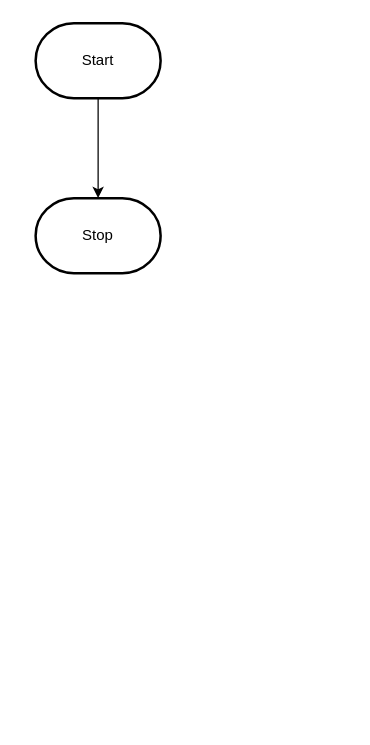
Above: design/flowchart.drawio in MTHS-ICD2O-1-2023/ICD2O-Unit-5-01-Adam-Batiuk (draw.io), before the change. Source tidied: cells renumbered, new cells numbered last; positions are measured from the earlier drawing's top-left corner, leaving out a move shared by most shapes. Both pictures are drawn from the tidied source at 125%, with x=0, y=0 at pixel (35, 22).
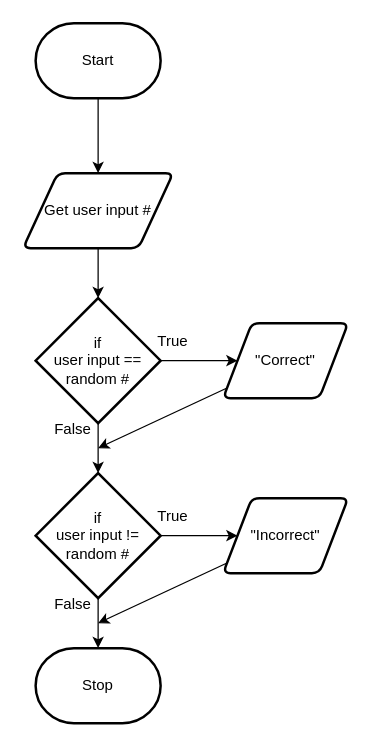
Above is the later version.

The change refers to these unchanged cells:
```xml
<mxCell id="3" value="Start" style="strokeWidth=2;html=1;shape=mxgraph.flowchart.terminator;whiteSpace=wrap;" parent="1" vertex="1">
  <mxGeometry width="100" height="60" as="geometry" />
</mxCell>
```

Change to the diagram source:
```diff
@@
-    <mxCell id="2" style="edgeStyle=orthogonalEdgeStyle;html=1;rounded=0;" parent="1" edge="1" source="3" target="4">
-      <mxGeometry relative="1" as="geometry" />
-    </mxCell>
+    <mxCell id="5" style="edgeStyle=none;html=1;" parent="1" edge="1" source="3" target="11">
+      <mxGeometry relative="1" as="geometry" />
+    </mxCell>
@@
     <mxCell id="4" value="Stop" style="strokeWidth=2;html=1;shape=mxgraph.flowchart.terminator;whiteSpace=wrap;" parent="1" vertex="1">
-      <mxGeometry y="140" width="100" height="60" as="geometry" />
+      <mxGeometry y="500" width="100" height="60" as="geometry" />
     </mxCell>
+    <mxCell id="6" style="edgeStyle=none;html=1;" parent="1" edge="1" source="7">
+      <mxGeometry relative="1" as="geometry">
+        <mxPoint x="50" y="340" as="targetPoint" />
+      </mxGeometry>
+    </mxCell>
+    <mxCell id="7" value="&quot;Correct&quot;" style="shape=parallelogram;html=1;strokeWidth=2;perimeter=parallelogramPerimeter;whiteSpace=wrap;rounded=1;arcSize=12;size=0.23;" parent="1" vertex="1">
+      <mxGeometry x="150" y="240" width="100" height="60" as="geometry" />
+    </mxCell>
+    <mxCell id="8" style="edgeStyle=none;html=1;" parent="1" edge="1" source="9">
+      <mxGeometry relative="1" as="geometry">
+        <mxPoint x="50" y="480" as="targetPoint" />
+      </mxGeometry>
+    </mxCell>
+    <mxCell id="9" value="&quot;Incorrect&quot;" style="shape=parallelogram;html=1;strokeWidth=2;perimeter=parallelogramPerimeter;whiteSpace=wrap;rounded=1;arcSize=12;size=0.23;" parent="1" vertex="1">
+      <mxGeometry x="150" y="380" width="100" height="60" as="geometry" />
+    </mxCell>
+    <mxCell id="10" style="edgeStyle=none;html=1;" parent="1" edge="1" source="11" target="14">
+      <mxGeometry relative="1" as="geometry" />
+    </mxCell>
+    <mxCell id="11" value="Get user input #" style="shape=parallelogram;html=1;strokeWidth=2;perimeter=parallelogramPerimeter;whiteSpace=wrap;rounded=1;arcSize=12;size=0.23;" parent="1" vertex="1">
+      <mxGeometry x="-10" y="120" width="120" height="60" as="geometry" />
+    </mxCell>
+    <mxCell id="12" style="edgeStyle=none;html=1;" parent="1" edge="1" source="14" target="7">
+      <mxGeometry relative="1" as="geometry" />
+    </mxCell>
+    <mxCell id="13" style="edgeStyle=none;html=1;" parent="1" edge="1" source="14" target="17">
+      <mxGeometry relative="1" as="geometry" />
+    </mxCell>
+    <mxCell id="14" value="if&lt;br&gt;user input == random #" style="strokeWidth=2;html=1;shape=mxgraph.flowchart.decision;whiteSpace=wrap;" parent="1" vertex="1">
+      <mxGeometry y="220" width="100" height="100" as="geometry" />
+    </mxCell>
+    <mxCell id="15" style="edgeStyle=none;html=1;" parent="1" edge="1" source="17" target="4">
+      <mxGeometry relative="1" as="geometry" />
+    </mxCell>
+    <mxCell id="16" style="edgeStyle=none;html=1;" parent="1" edge="1" source="17" target="9">
+      <mxGeometry relative="1" as="geometry" />
+    </mxCell>
+    <mxCell id="17" value="if&lt;br&gt;user input != random #" style="strokeWidth=2;html=1;shape=mxgraph.flowchart.decision;whiteSpace=wrap;" parent="1" vertex="1">
+      <mxGeometry y="360" width="100" height="100" as="geometry" />
+    </mxCell>
+    <mxCell id="18" value="True" style="text;html=1;strokeColor=none;fillColor=none;align=center;verticalAlign=middle;whiteSpace=wrap;rounded=0;" parent="1" vertex="1">
+      <mxGeometry x="80" y="240" width="60" height="30" as="geometry" />
+    </mxCell>
+    <mxCell id="19" value="False" style="text;html=1;strokeColor=none;fillColor=none;align=center;verticalAlign=middle;whiteSpace=wrap;rounded=0;" parent="1" vertex="1">
+      <mxGeometry y="310" width="60" height="30" as="geometry" />
+    </mxCell>
+    <mxCell id="20" value="False" style="text;html=1;strokeColor=none;fillColor=none;align=center;verticalAlign=middle;whiteSpace=wrap;rounded=0;" parent="1" vertex="1">
+      <mxGeometry y="450" width="60" height="30" as="geometry" />
+    </mxCell>
+    <mxCell id="21" value="True" style="text;html=1;strokeColor=none;fillColor=none;align=center;verticalAlign=middle;whiteSpace=wrap;rounded=0;" parent="1" vertex="1">
+      <mxGeometry x="80" y="380" width="60" height="30" as="geometry" />
+    </mxCell>
```
